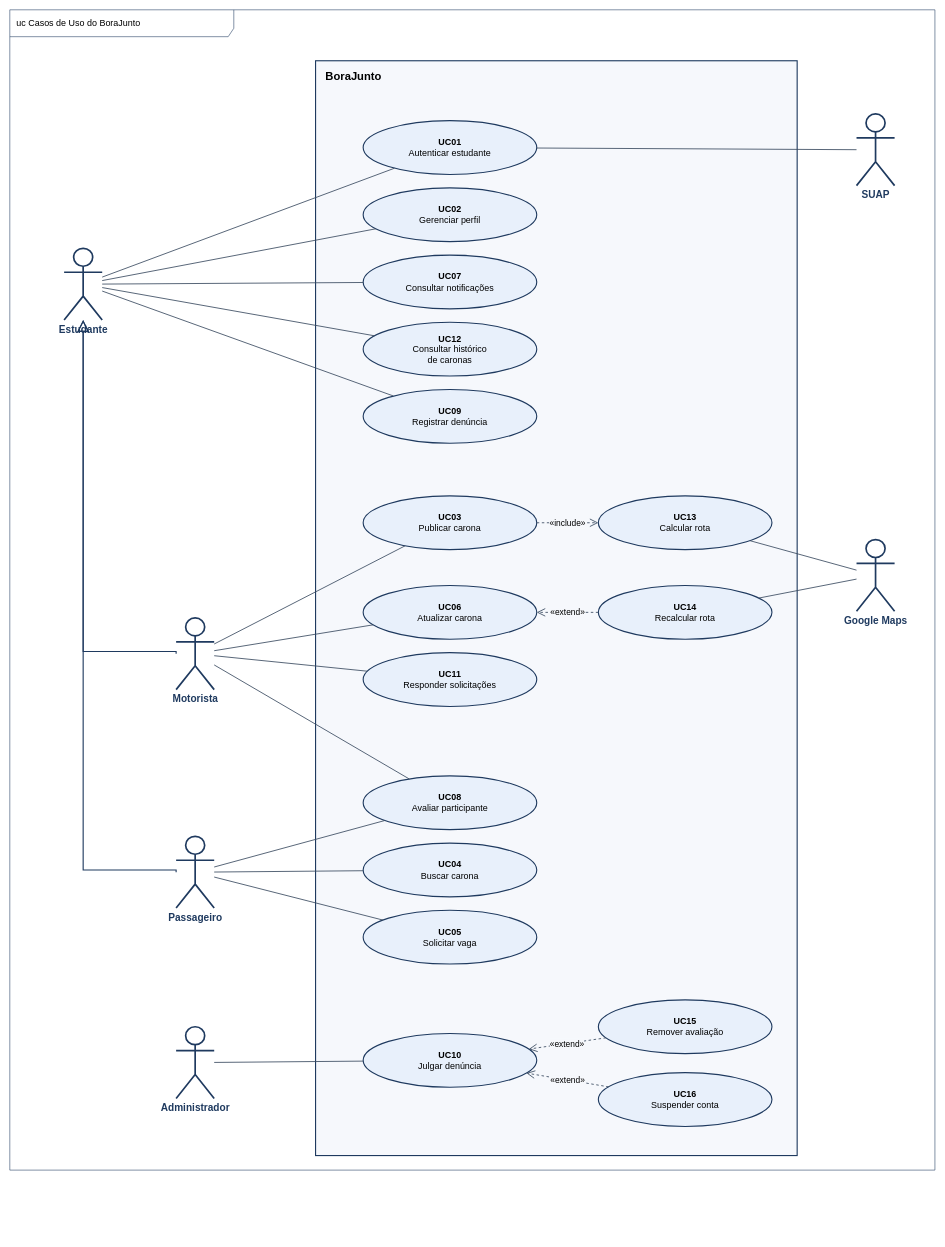
Earlier version of the draw.io diagram docs/diagrama-casos-de-uso.drawio (vMatheusCouto/borajunto). Source tidied: cells renumbered, new cells numbered last; positions are measured from the earlier drawing's top-left corner, leaving out a move shared by most shapes. Both pictures are drawn from the tidied source at 56%, with x=0, y=0 at pixel (10, 10).
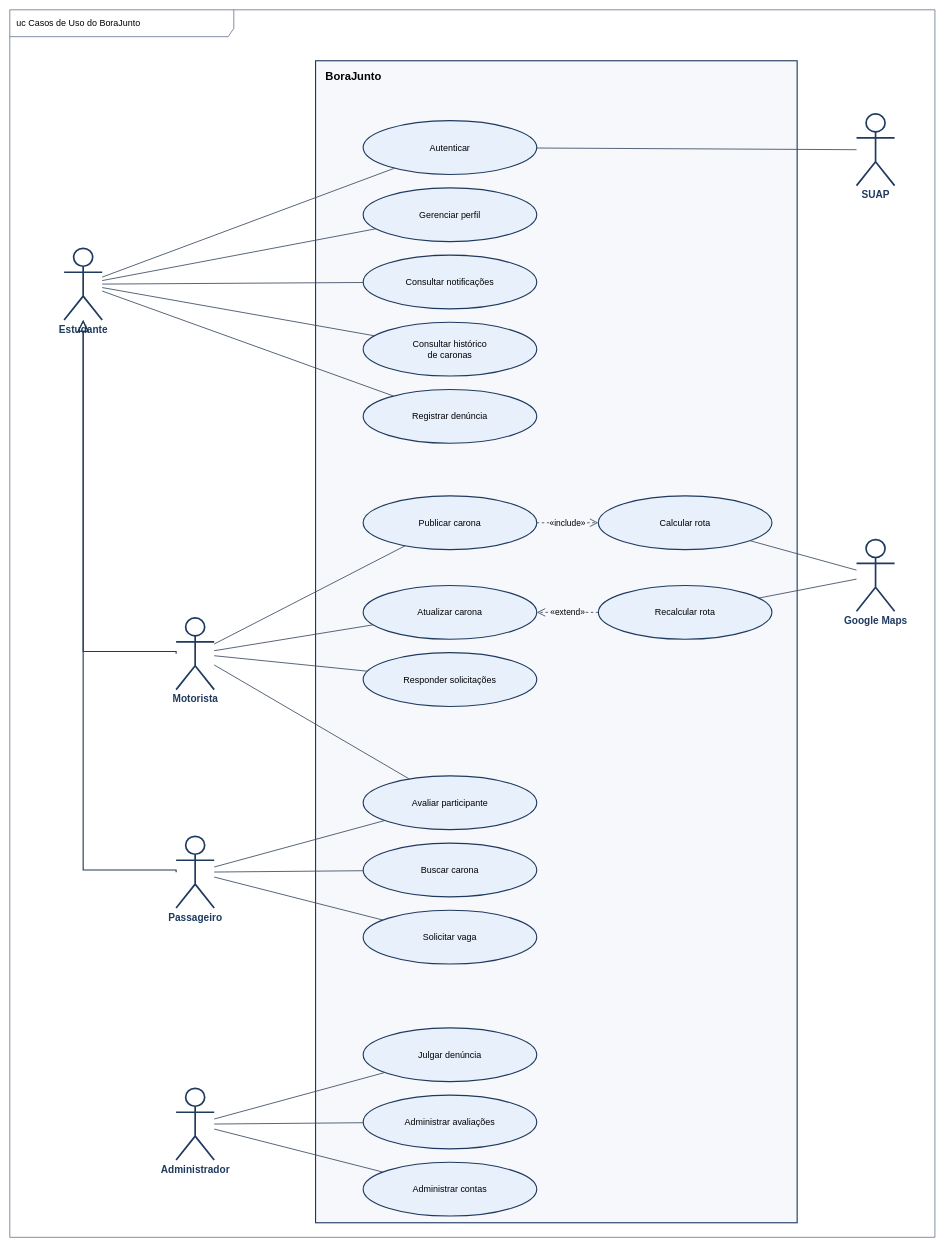
Above is the later version.

Commit message (it also covers changes not shown here):
docs: liga o administrador direto a avaliações e contas

Unchanged cells that the change refers to:
```xml
<mxCell id="24" value="SUAP" style="shape=umlActor;verticalLabelPosition=bottom;verticalAlign=top;html=1;outlineConnect=0;fontStyle=1;fontSize=18;fontColor=#1f3a5f;strokeColor=#1f3a5f;strokeWidth=3;fillColor=none;" parent="1" vertex="1">
  <mxGeometry x="1512" y="186" width="68" height="128" as="geometry" />
</mxCell>
<mxCell id="25" value="Google Maps" style="shape=umlActor;verticalLabelPosition=bottom;verticalAlign=top;html=1;outlineConnect=0;fontStyle=1;fontSize=18;fontColor=#1f3a5f;strokeColor=#1f3a5f;strokeWidth=3;fillColor=none;" parent="1" vertex="1">
  <mxGeometry x="1512" y="946" width="68" height="128" as="geometry" />
</mxCell>
```

The edit, as a diff of the source:
```diff
@@
     <mxCell id="2" value="uc Casos de Uso do BoraJunto" style="shape=umlFrame;whiteSpace=wrap;html=1;width=400;height=48;align=left;spacingLeft=10;fontSize=16;strokeColor=#1f3a5f;fillColor=none;" parent="1" vertex="1">
-      <mxGeometry width="1652" height="2072" as="geometry" />
+      <mxGeometry width="1652" height="2192" as="geometry" />
     </mxCell>
     <mxCell id="3" value="BoraJunto" style="rounded=0;whiteSpace=wrap;html=1;verticalAlign=top;align=left;spacingLeft=16;spacingTop=8;fontStyle=1;fontSize=20;fillColor=#f6f8fc;strokeColor=#1f3a5f;strokeWidth=2;" parent="1" vertex="1">
-      <mxGeometry x="546" y="91" width="860" height="1955" as="geometry" />
+      <mxGeometry x="546" y="91" width="860" height="2075" as="geometry" />
     </mxCell>
-    <mxCell id="4" value="&lt;b&gt;UC01&lt;/b&gt;&lt;br&gt;Autenticar estudante" style="ellipse;whiteSpace=wrap;html=1;fillColor=#e8f0fb;strokeColor=#1f3a5f;strokeWidth=2;fontSize=16;" parent="1" vertex="1">
+    <mxCell id="4" value="Autenticar" style="ellipse;whiteSpace=wrap;html=1;fillColor=#e8f0fb;strokeColor=#1f3a5f;strokeWidth=2;fontSize=16;" parent="1" vertex="1">
       <mxGeometry x="631" y="198" width="310" height="96" as="geometry" />
     </mxCell>
-    <mxCell id="5" value="&lt;b&gt;UC02&lt;/b&gt;&lt;br&gt;Gerenciar perfil" style="ellipse;whiteSpace=wrap;html=1;fillColor=#e8f0fb;strokeColor=#1f3a5f;strokeWidth=2;fontSize=16;" parent="1" vertex="1">
+    <mxCell id="5" value="Gerenciar perfil" style="ellipse;whiteSpace=wrap;html=1;fillColor=#e8f0fb;strokeColor=#1f3a5f;strokeWidth=2;fontSize=16;" parent="1" vertex="1">
       <mxGeometry x="631" y="318" width="310" height="96" as="geometry" />
     </mxCell>
-    <mxCell id="6" value="&lt;b&gt;UC07&lt;/b&gt;&lt;br&gt;Consultar notificações" style="ellipse;whiteSpace=wrap;html=1;fillColor=#e8f0fb;strokeColor=#1f3a5f;strokeWidth=2;fontSize=16;" parent="1" vertex="1">
+    <mxCell id="6" value="Consultar notificações" style="ellipse;whiteSpace=wrap;html=1;fillColor=#e8f0fb;strokeColor=#1f3a5f;strokeWidth=2;fontSize=16;" parent="1" vertex="1">
       <mxGeometry x="631" y="438" width="310" height="96" as="geometry" />
     </mxCell>
-    <mxCell id="7" value="&lt;b&gt;UC12&lt;/b&gt;&lt;br&gt;Consultar histórico&lt;br&gt;de caronas" style="ellipse;whiteSpace=wrap;html=1;fillColor=#e8f0fb;strokeColor=#1f3a5f;strokeWidth=2;fontSize=16;" parent="1" vertex="1">
+    <mxCell id="7" value="Consultar histórico&lt;br&gt;de caronas" style="ellipse;whiteSpace=wrap;html=1;fillColor=#e8f0fb;strokeColor=#1f3a5f;strokeWidth=2;fontSize=16;" parent="1" vertex="1">
       <mxGeometry x="631" y="558" width="310" height="96" as="geometry" />
     </mxCell>
-    <mxCell id="8" value="&lt;b&gt;UC09&lt;/b&gt;&lt;br&gt;Registrar denúncia" style="ellipse;whiteSpace=wrap;html=1;fillColor=#e8f0fb;strokeColor=#1f3a5f;strokeWidth=2;fontSize=16;" parent="1" vertex="1">
+    <mxCell id="8" value="Registrar denúncia" style="ellipse;whiteSpace=wrap;html=1;fillColor=#e8f0fb;strokeColor=#1f3a5f;strokeWidth=2;fontSize=16;" parent="1" vertex="1">
       <mxGeometry x="631" y="678" width="310" height="96" as="geometry" />
     </mxCell>
-    <mxCell id="9" value="&lt;b&gt;UC03&lt;/b&gt;&lt;br&gt;Publicar carona" style="ellipse;whiteSpace=wrap;html=1;fillColor=#e8f0fb;strokeColor=#1f3a5f;strokeWidth=2;fontSize=16;" parent="1" vertex="1">
+    <mxCell id="9" value="Publicar carona" style="ellipse;whiteSpace=wrap;html=1;fillColor=#e8f0fb;strokeColor=#1f3a5f;strokeWidth=2;fontSize=16;" parent="1" vertex="1">
       <mxGeometry x="631" y="868" width="310" height="96" as="geometry" />
     </mxCell>
-    <mxCell id="10" value="&lt;b&gt;UC13&lt;/b&gt;&lt;br&gt;Calcular rota" style="ellipse;whiteSpace=wrap;html=1;fillColor=#e8f0fb;strokeColor=#1f3a5f;strokeWidth=2;fontSize=16;" parent="1" vertex="1">
+    <mxCell id="10" value="Calcular rota" style="ellipse;whiteSpace=wrap;html=1;fillColor=#e8f0fb;strokeColor=#1f3a5f;strokeWidth=2;fontSize=16;" parent="1" vertex="1">
       <mxGeometry x="1051" y="868" width="310" height="96" as="geometry" />
     </mxCell>
-    <mxCell id="11" value="&lt;b&gt;UC06&lt;/b&gt;&lt;br&gt;Atualizar carona" style="ellipse;whiteSpace=wrap;html=1;fillColor=#e8f0fb;strokeColor=#1f3a5f;strokeWidth=2;fontSize=16;" parent="1" vertex="1">
+    <mxCell id="11" value="Atualizar carona" style="ellipse;whiteSpace=wrap;html=1;fillColor=#e8f0fb;strokeColor=#1f3a5f;strokeWidth=2;fontSize=16;" parent="1" vertex="1">
       <mxGeometry x="631" y="1028" width="310" height="96" as="geometry" />
     </mxCell>
-    <mxCell id="12" value="&lt;b&gt;UC14&lt;/b&gt;&lt;br&gt;Recalcular rota" style="ellipse;whiteSpace=wrap;html=1;fillColor=#e8f0fb;strokeColor=#1f3a5f;strokeWidth=2;fontSize=16;" parent="1" vertex="1">
+    <mxCell id="12" value="Recalcular rota" style="ellipse;whiteSpace=wrap;html=1;fillColor=#e8f0fb;strokeColor=#1f3a5f;strokeWidth=2;fontSize=16;" parent="1" vertex="1">
       <mxGeometry x="1051" y="1028" width="310" height="96" as="geometry" />
     </mxCell>
-    <mxCell id="13" value="&lt;b&gt;UC11&lt;/b&gt;&lt;br&gt;Responder solicitações" style="ellipse;whiteSpace=wrap;html=1;fillColor=#e8f0fb;strokeColor=#1f3a5f;strokeWidth=2;fontSize=16;" parent="1" vertex="1">
+    <mxCell id="13" value="Responder solicitações" style="ellipse;whiteSpace=wrap;html=1;fillColor=#e8f0fb;strokeColor=#1f3a5f;strokeWidth=2;fontSize=16;" parent="1" vertex="1">
       <mxGeometry x="631" y="1148" width="310" height="96" as="geometry" />
     </mxCell>
-    <mxCell id="14" value="&lt;b&gt;UC08&lt;/b&gt;&lt;br&gt;Avaliar participante" style="ellipse;whiteSpace=wrap;html=1;fillColor=#e8f0fb;strokeColor=#1f3a5f;strokeWidth=2;fontSize=16;" parent="1" vertex="1">
+    <mxCell id="14" value="Avaliar participante" style="ellipse;whiteSpace=wrap;html=1;fillColor=#e8f0fb;strokeColor=#1f3a5f;strokeWidth=2;fontSize=16;" parent="1" vertex="1">
       <mxGeometry x="631" y="1368" width="310" height="96" as="geometry" />
     </mxCell>
-    <mxCell id="15" value="&lt;b&gt;UC04&lt;/b&gt;&lt;br&gt;Buscar carona" style="ellipse;whiteSpace=wrap;html=1;fillColor=#e8f0fb;strokeColor=#1f3a5f;strokeWidth=2;fontSize=16;" parent="1" vertex="1">
+    <mxCell id="15" value="Buscar carona" style="ellipse;whiteSpace=wrap;html=1;fillColor=#e8f0fb;strokeColor=#1f3a5f;strokeWidth=2;fontSize=16;" parent="1" vertex="1">
       <mxGeometry x="631" y="1488" width="310" height="96" as="geometry" />
     </mxCell>
-    <mxCell id="16" value="&lt;b&gt;UC05&lt;/b&gt;&lt;br&gt;Solicitar vaga" style="ellipse;whiteSpace=wrap;html=1;fillColor=#e8f0fb;strokeColor=#1f3a5f;strokeWidth=2;fontSize=16;" parent="1" vertex="1">
+    <mxCell id="16" value="Solicitar vaga" style="ellipse;whiteSpace=wrap;html=1;fillColor=#e8f0fb;strokeColor=#1f3a5f;strokeWidth=2;fontSize=16;" parent="1" vertex="1">
       <mxGeometry x="631" y="1608" width="310" height="96" as="geometry" />
     </mxCell>
-    <mxCell id="17" value="&lt;b&gt;UC10&lt;/b&gt;&lt;br&gt;Julgar denúncia" style="ellipse;whiteSpace=wrap;html=1;fillColor=#e8f0fb;strokeColor=#1f3a5f;strokeWidth=2;fontSize=16;" parent="1" vertex="1">
-      <mxGeometry x="631" y="1828" width="310" height="96" as="geometry" />
+    <mxCell id="17" value="Julgar denúncia" style="ellipse;whiteSpace=wrap;html=1;fillColor=#e8f0fb;strokeColor=#1f3a5f;strokeWidth=2;fontSize=16;" parent="1" vertex="1">
+      <mxGeometry x="631" y="1818" width="310" height="96" as="geometry" />
     </mxCell>
-    <mxCell id="18" value="&lt;b&gt;UC15&lt;/b&gt;&lt;br&gt;Remover avaliação" style="ellipse;whiteSpace=wrap;html=1;fillColor=#e8f0fb;strokeColor=#1f3a5f;strokeWidth=2;fontSize=16;" parent="1" vertex="1">
-      <mxGeometry x="1051" y="1768" width="310" height="96" as="geometry" />
+    <mxCell id="18" value="Administrar avaliações" style="ellipse;whiteSpace=wrap;html=1;fillColor=#e8f0fb;strokeColor=#1f3a5f;strokeWidth=2;fontSize=16;" parent="1" vertex="1">
+      <mxGeometry x="631" y="1938" width="310" height="96" as="geometry" />
     </mxCell>
-    <mxCell id="19" value="&lt;b&gt;UC16&lt;/b&gt;&lt;br&gt;Suspender conta" style="ellipse;whiteSpace=wrap;html=1;fillColor=#e8f0fb;strokeColor=#1f3a5f;strokeWidth=2;fontSize=16;" parent="1" vertex="1">
-      <mxGeometry x="1051" y="1898" width="310" height="96" as="geometry" />
+    <mxCell id="19" value="Administrar contas" style="ellipse;whiteSpace=wrap;html=1;fillColor=#e8f0fb;strokeColor=#1f3a5f;strokeWidth=2;fontSize=16;" parent="1" vertex="1">
+      <mxGeometry x="631" y="2058" width="310" height="96" as="geometry" />
     </mxCell>
@@
     <mxCell id="23" value="Administrador" style="shape=umlActor;verticalLabelPosition=bottom;verticalAlign=top;html=1;outlineConnect=0;fontStyle=1;fontSize=18;fontColor=#1f3a5f;strokeColor=#1f3a5f;strokeWidth=3;fillColor=none;" parent="1" vertex="1">
-      <mxGeometry x="297" y="1816" width="68" height="128" as="geometry" />
+      <mxGeometry x="297" y="1926" width="68" height="128" as="geometry" />
     </mxCell>
@@
-    <mxCell id="41" style="html=1;endArrow=none;strokeColor=#3a4a60;strokeWidth=1.5;" parent="1" edge="1" source="24" target="4">
+    <mxCell id="41" style="html=1;endArrow=none;strokeColor=#3a4a60;strokeWidth=1.5;" parent="1" edge="1" source="23" target="18">
       <mxGeometry relative="1" as="geometry" />
     </mxCell>
-    <mxCell id="42" style="html=1;endArrow=none;strokeColor=#3a4a60;strokeWidth=1.5;" parent="1" edge="1" source="25" target="10">
+    <mxCell id="42" style="html=1;endArrow=none;strokeColor=#3a4a60;strokeWidth=1.5;" parent="1" edge="1" source="23" target="19">
       <mxGeometry relative="1" as="geometry" />
     </mxCell>
-    <mxCell id="43" style="html=1;endArrow=none;strokeColor=#3a4a60;strokeWidth=1.5;" parent="1" edge="1" source="25" target="12">
+    <mxCell id="43" style="html=1;endArrow=none;strokeColor=#3a4a60;strokeWidth=1.5;" parent="1" edge="1" source="24" target="4">
       <mxGeometry relative="1" as="geometry" />
     </mxCell>
-    <mxCell id="44" value="«include»" style="html=1;dashed=1;endArrow=open;endSize=12;strokeColor=#3a4a60;strokeWidth=1.5;fontSize=15;labelBackgroundColor=#f6f8fc;" parent="1" edge="1" source="9" target="10">
+    <mxCell id="44" style="html=1;endArrow=none;strokeColor=#3a4a60;strokeWidth=1.5;" parent="1" edge="1" source="25" target="10">
       <mxGeometry relative="1" as="geometry" />
     </mxCell>
-    <mxCell id="45" value="«extend»" style="html=1;dashed=1;endArrow=open;endSize=12;strokeColor=#3a4a60;strokeWidth=1.5;fontSize=15;labelBackgroundColor=#f6f8fc;" parent="1" edge="1" source="12" target="11">
+    <mxCell id="45" style="html=1;endArrow=none;strokeColor=#3a4a60;strokeWidth=1.5;" parent="1" edge="1" source="25" target="12">
       <mxGeometry relative="1" as="geometry" />
     </mxCell>
-    <mxCell id="46" value="«extend»" style="html=1;dashed=1;endArrow=open;endSize=12;strokeColor=#3a4a60;strokeWidth=1.5;fontSize=15;labelBackgroundColor=#f6f8fc;" parent="1" edge="1" source="18" target="17">
+    <mxCell id="46" value="«include»" style="html=1;dashed=1;endArrow=open;endSize=12;strokeColor=#3a4a60;strokeWidth=1.5;fontSize=15;labelBackgroundColor=#f6f8fc;" parent="1" edge="1" source="9" target="10">
       <mxGeometry relative="1" as="geometry" />
     </mxCell>
-    <mxCell id="47" value="«extend»" style="html=1;dashed=1;endArrow=open;endSize=12;strokeColor=#3a4a60;strokeWidth=1.5;fontSize=15;labelBackgroundColor=#f6f8fc;" parent="1" edge="1" source="19" target="17">
+    <mxCell id="47" value="«extend»" style="html=1;dashed=1;endArrow=open;endSize=12;strokeColor=#3a4a60;strokeWidth=1.5;fontSize=15;labelBackgroundColor=#f6f8fc;" parent="1" edge="1" source="12" target="11">
       <mxGeometry relative="1" as="geometry" />
     </mxCell>
```
